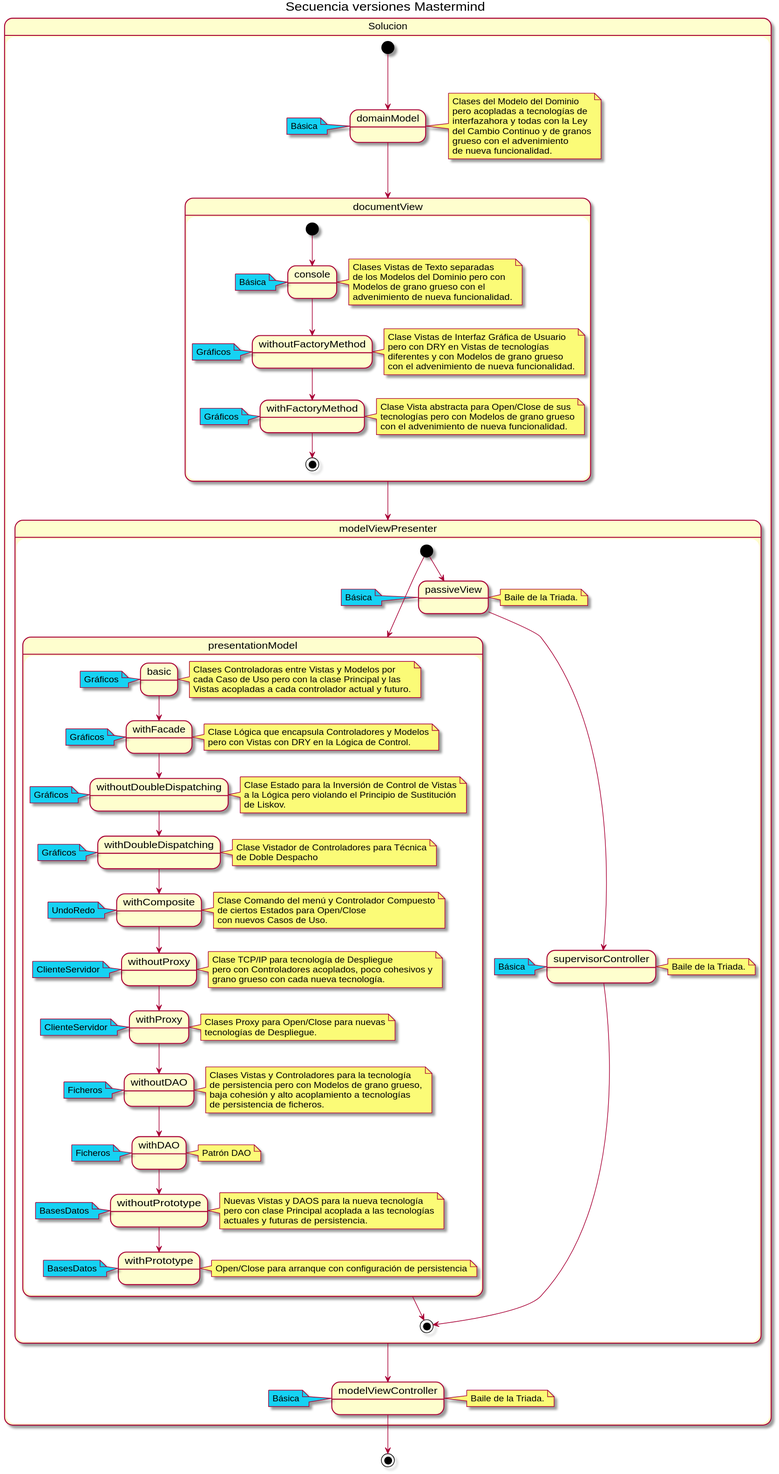
This is docs/diagrams/out/TicTacToe/TicTacToe.svg from Jolucaa/USantaTecla-project-ticTacToe, a PlantUML export, as it was before one commit.
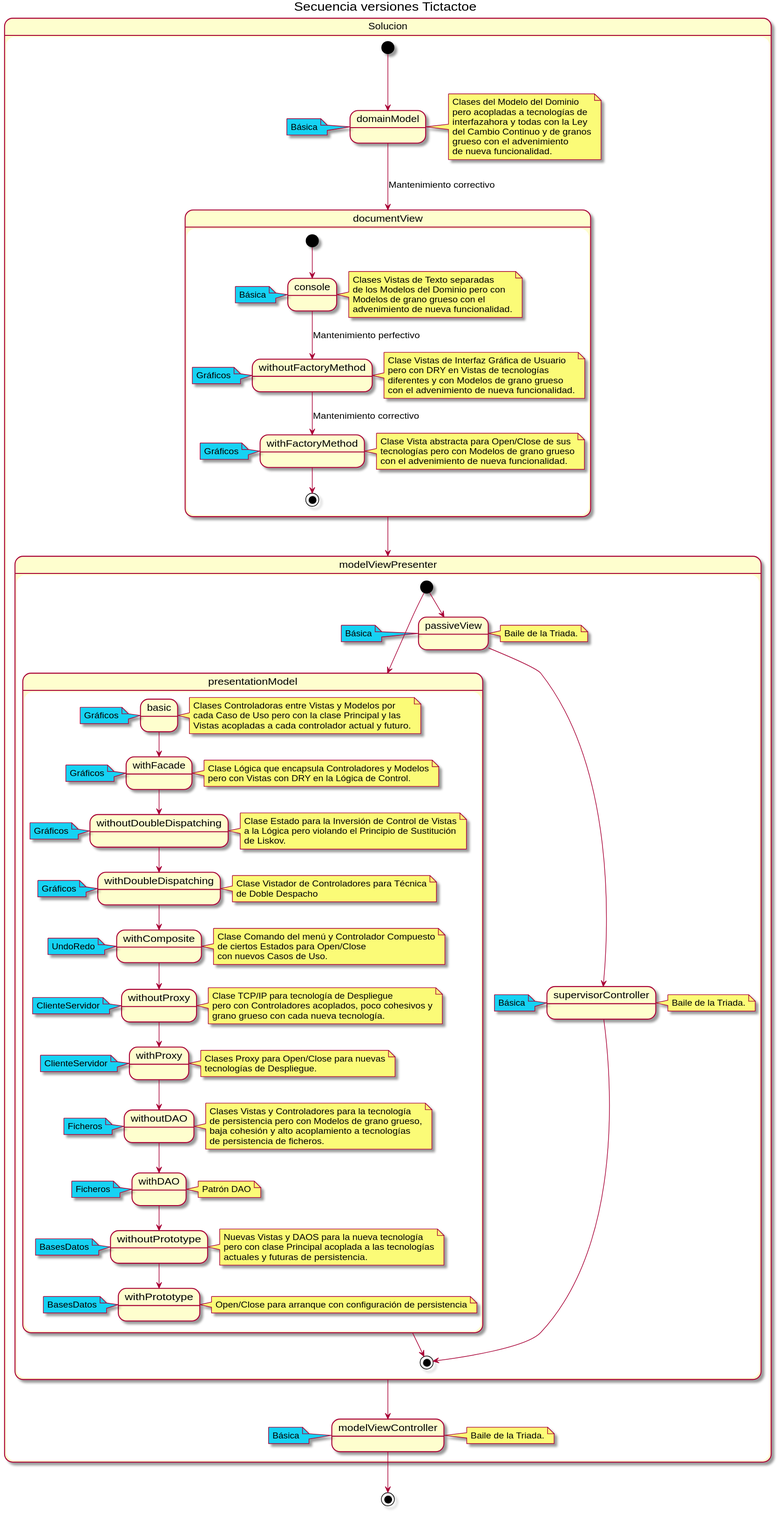
The same file after the commit.

The edit, as a diff of the source:
```diff
@@ -1,5 +1,5 @@
 @startuml
-title Secuencia versiones Mastermind
+title Secuencia versiones Tictactoe
 
 state Solucion {
 [*] --> domainModel
@@ -16,7 +16,7 @@
  note left of domainModel #15D2F3
   Básica
 end note
-domainModel --> documentView
+domainModel --> documentView:Mantenimiento correctivo
 
 state documentView {
 [*] --> console
@@ -38,8 +38,8 @@
   state withFactoryMethod
   note right: Clase Vista abstracta para Open/Close de sus\ntecnologías pero con Modelos de grano grueso\ncon el advenimiento de nueva funcionalidad.
 
-  console --> withoutFactoryMethod
-  withoutFactoryMethod --> withFactoryMethod
+  console --> withoutFactoryMethod:Mantenimiento perfectivo
+  withoutFactoryMethod --> withFactoryMethod:Mantenimiento correctivo
   withFactoryMethod-->[*]
 }
 
```
